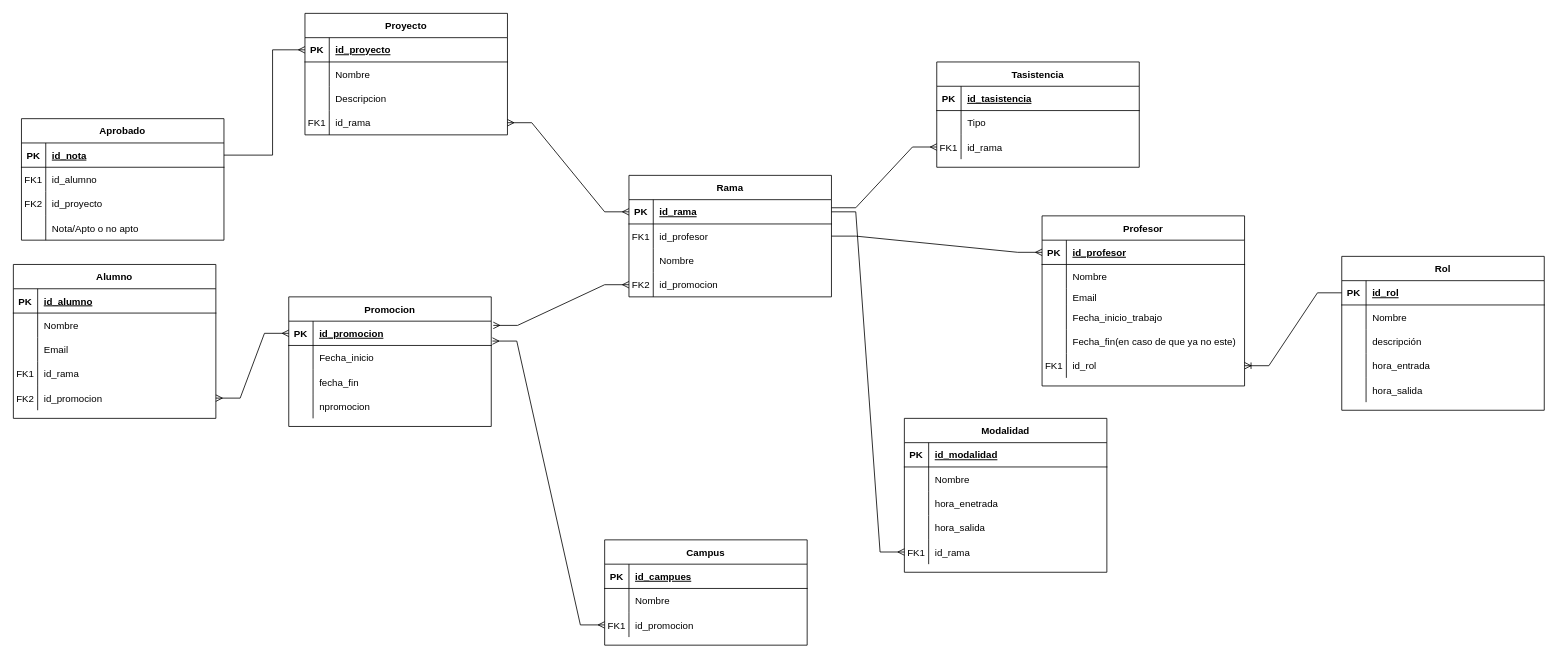
The draw.io diagram Modelo.drawio in jonha20/ProyectoBBDD, before the edit. Source tidied: cells renumbered, new cells numbered last; positions are measured from the earlier drawing's top-left corner, leaving out a move shared by most shapes. Both pictures are drawn from the tidied source at 81%, with x=0, y=0 at pixel (13, 13).
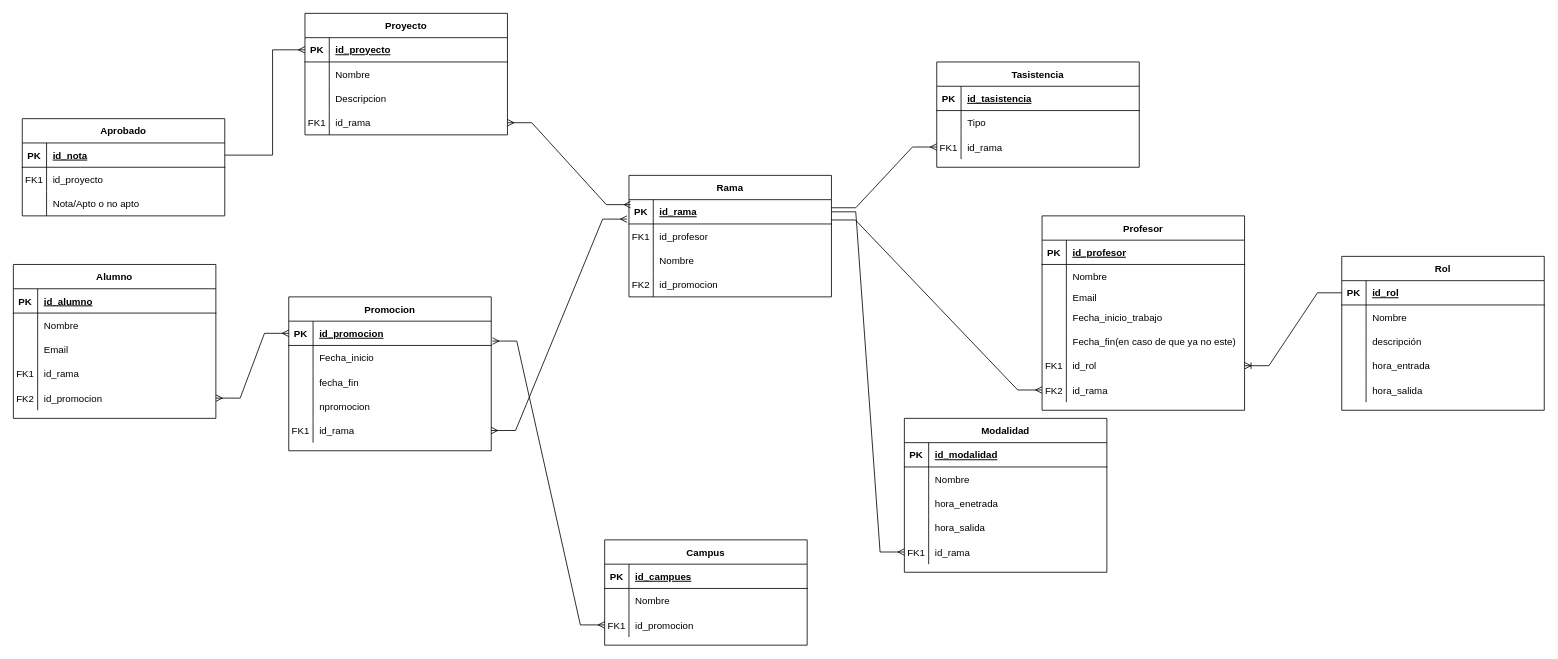
The same diagram, later.

The change refers to these unchanged cells:
```xml
<mxCell id="19" style="shape=partialRectangle;fillColor=none;points=[[0,0.5],[1,0.5]];portConstraint=eastwest;top=0;left=0;right=0;bottom=1;" parent="18" vertex="1">
  <mxGeometry y="30" width="250" height="30" as="geometry" />
</mxCell>
<mxCell id="22" style="shape=partialRectangle;fillColor=none;points=[[0,0.5],[1,0.5]];portConstraint=eastwest;top=0;left=0;right=0;bottom=0;" parent="18" vertex="1">
  <mxGeometry y="60" width="250" height="30" as="geometry" />
</mxCell>
<mxCell id="28" style="shape=partialRectangle;fillColor=none;points=[[0,0.5],[1,0.5]];portConstraint=eastwest;top=0;left=0;right=0;bottom=0;" parent="18" vertex="1">
  <mxGeometry y="120" width="250" height="30" as="geometry" />
</mxCell>
<mxCell id="41" style="shape=partialRectangle;fillColor=none;points=[[0,0.5],[1,0.5]];portConstraint=eastwest;top=0;left=0;right=0;bottom=0;" parent="31" vertex="1">
  <mxGeometry y="120" width="250" height="30" as="geometry" />
</mxCell>
<mxCell id="45" style="shape=partialRectangle;fillColor=none;points=[[0,0.5],[1,0.5]];portConstraint=eastwest;top=0;left=0;right=0;bottom=1;" parent="44" vertex="1">
  <mxGeometry y="30" width="250" height="30" as="geometry" />
</mxCell>
<mxCell id="64" style="shape=partialRectangle;fillColor=none;points=[[0,0.5],[1,0.5]];portConstraint=eastwest;top=0;left=0;right=0;bottom=1;" parent="63" vertex="1">
  <mxGeometry y="30" width="250" height="30" as="geometry" />
</mxCell>
```

The edit, as a diff of the source:
```diff
@@
     <mxCell id="44" value="Profesor" style="shape=table;startSize=30;childLayout=tableLayout;rowLines=0;fontStyle=1;align=center;" parent="1" vertex="1">
-      <mxGeometry x="1270" y="250" width="250" height="210" as="geometry" />
+      <mxGeometry x="1270" y="250" width="250" height="240" as="geometry" />
     </mxCell>
@@
+    <mxCell id="150" style="shape=partialRectangle;fillColor=none;points=[[0,0.5],[1,0.5]];portConstraint=eastwest;top=0;left=0;right=0;bottom=0;" parent="44" vertex="1">
+      <mxGeometry y="200" width="250" height="30" as="geometry" />
+    </mxCell>
+    <mxCell id="151" value="FK2" style="shape=partialRectangle;overflow=hidden;fillColor=none;top=0;left=0;bottom=0;right=0;" parent="150" vertex="1">
+      <mxGeometry width="30" height="30" as="geometry" />
+    </mxCell>
+    <mxCell id="152" value="id_rama" style="shape=partialRectangle;overflow=hidden;fillColor=none;top=0;left=0;bottom=0;right=0;align=left;spacingLeft=6;" parent="150" vertex="1">
+      <mxGeometry x="30" width="220" height="30" as="geometry" />
+    </mxCell>
     <mxCell id="63" value="Promocion" style="shape=table;startSize=30;childLayout=tableLayout;rowLines=0;fontStyle=1;align=center;" parent="1" vertex="1">
-      <mxGeometry x="340" y="350" width="250" height="160" as="geometry" />
+      <mxGeometry x="340" y="350" width="250" height="190" as="geometry" />
     </mxCell>
@@
+    <mxCell id="153" style="shape=partialRectangle;fillColor=none;points=[[0,0.5],[1,0.5]];portConstraint=eastwest;top=0;left=0;right=0;bottom=0;" parent="63" vertex="1">
+      <mxGeometry y="150" width="250" height="30" as="geometry" />
+    </mxCell>
+    <mxCell id="82" value="FK1" style="shape=partialRectangle;overflow=hidden;fillColor=none;top=0;left=0;bottom=0;right=0;" parent="153" vertex="1">
+      <mxGeometry width="30" height="30" as="geometry" />
+    </mxCell>
+    <mxCell id="154" value="id_rama" style="shape=partialRectangle;overflow=hidden;fillColor=none;top=0;left=0;bottom=0;right=0;align=left;spacingLeft=6;" parent="153" vertex="1">
+      <mxGeometry x="30" width="220" height="30" as="geometry" />
+    </mxCell>
-    <mxCell id="76" style="edgeStyle=entityRelationEdgeStyle;fontSize=12;html=1;endArrow=ERmany;startArrow=ERmany;rounded=0;exitX=1;exitY=0.5;exitDx=0;exitDy=0;entryX=0;entryY=0.5;entryDx=0;entryDy=0;" parent="1" edge="1" source="41" target="19">
+    <mxCell id="76" style="edgeStyle=entityRelationEdgeStyle;fontSize=12;html=1;endArrow=ERmany;startArrow=ERmany;rounded=0;exitX=1;exitY=0.5;exitDx=0;exitDy=0;entryX=0.008;entryY=0.204;entryDx=0;entryDy=0;entryPerimeter=0;" parent="1" edge="1" source="41" target="19">
       <mxGeometry relative="1" as="geometry" />
     </mxCell>
     <mxCell id="77" value="Aprobado" style="shape=table;startSize=30;childLayout=tableLayout;rowLines=0;fontStyle=1;align=center;" parent="1" vertex="1">
-      <mxGeometry x="10" y="130" width="250" height="150" as="geometry" />
+      <mxGeometry x="11" y="130" width="250" height="120" as="geometry" />
     </mxCell>
@@
-    <mxCell id="81" style="shape=partialRectangle;fillColor=none;top=0;left=0;right=0;bottom=0;" parent="77" vertex="1">
-      <mxGeometry y="60" width="250" height="30" as="geometry" />
-    </mxCell>
-    <mxCell id="82" value="FK1" style="shape=partialRectangle;overflow=hidden;fillColor=none;top=0;left=0;bottom=0;right=0;" parent="81" vertex="1">
-      <mxGeometry width="30" height="30" as="geometry" />
-    </mxCell>
-    <mxCell id="83" value="id_alumno" style="shape=partialRectangle;overflow=hidden;fillColor=none;top=0;left=0;bottom=0;right=0;align=left;spacingLeft=6;" parent="81" vertex="1">
-      <mxGeometry x="30" width="220" height="30" as="geometry" />
-    </mxCell>
     <mxCell id="84" style="shape=partialRectangle;fillColor=none;top=0;left=0;right=0;bottom=0;" parent="77" vertex="1">
-      <mxGeometry y="90" width="250" height="30" as="geometry" />
+      <mxGeometry y="60" width="250" height="30" as="geometry" />
     </mxCell>
-    <mxCell id="85" value="FK2" style="shape=partialRectangle;overflow=hidden;fillColor=none;top=0;left=0;bottom=0;right=0;" parent="84" vertex="1">
+    <mxCell id="85" value="FK1" style="shape=partialRectangle;overflow=hidden;fillColor=none;top=0;left=0;bottom=0;right=0;" parent="84" vertex="1">
       <mxGeometry width="30" height="30" as="geometry" />
     </mxCell>
@@
     <mxCell id="87" style="shape=partialRectangle;fillColor=none;top=0;left=0;right=0;bottom=0;" parent="77" vertex="1">
-      <mxGeometry y="120" width="250" height="30" as="geometry" />
+      <mxGeometry y="90" width="250" height="30" as="geometry" />
     </mxCell>
@@
-    <mxCell id="90" style="edgeStyle=entityRelationEdgeStyle;fontSize=12;html=1;endArrow=ERmany;rounded=0;entryX=0;entryY=0.5;entryDx=0;entryDy=0;exitX=1;exitY=0.5;exitDx=0;exitDy=0;" parent="1" edge="1" source="22" target="45">
+    <mxCell id="90" style="edgeStyle=entityRelationEdgeStyle;fontSize=12;html=1;endArrow=ERmany;rounded=0;entryX=0;entryY=0.5;entryDx=0;entryDy=0;exitX=0.998;exitY=0.835;exitDx=0;exitDy=0;exitPerimeter=0;" parent="1" edge="1" source="19" target="150">
       <mxGeometry relative="1" as="geometry" />
     </mxCell>
@@
-    <mxCell id="137" style="edgeStyle=entityRelationEdgeStyle;fontSize=12;html=1;endArrow=ERmany;startArrow=ERmany;rounded=0;entryX=0;entryY=0.5;entryDx=0;entryDy=0;exitX=1.01;exitY=0.174;exitDx=0;exitDy=0;exitPerimeter=0;" parent="1" edge="1" source="64" target="28">
+    <mxCell id="137" style="edgeStyle=entityRelationEdgeStyle;fontSize=12;html=1;endArrow=ERmany;startArrow=ERmany;rounded=0;entryX=-0.01;entryY=0.8;entryDx=0;entryDy=0;exitX=1;exitY=0.5;exitDx=0;exitDy=0;entryPerimeter=0;" parent="1" edge="1" source="153" target="19">
       <mxGeometry relative="1" as="geometry" />
     </mxCell>
```
